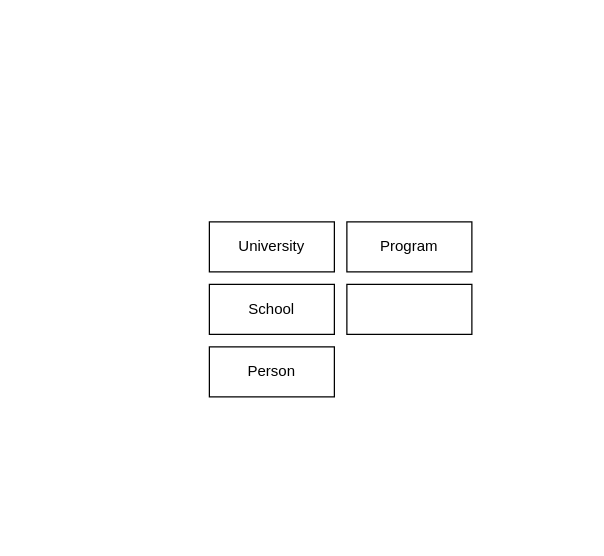
The draw.io diagram lab1.drawio in rise22tz/databases, before the edit. Source tidied: cells renumbered, new cells numbered last; positions are measured from the earlier drawing's top-left corner, leaving out a move shared by most shapes. Both pictures are drawn from the tidied source at 125%, with x=0, y=0 at pixel (209, 221).
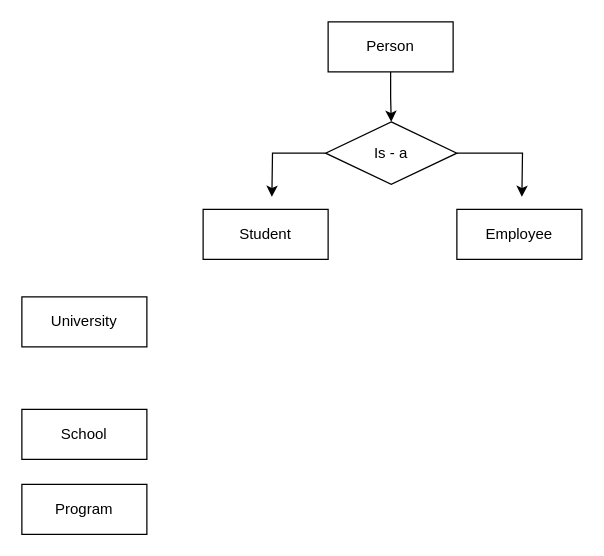
The same diagram, later.

What changed in the source:
```diff
@@
 <mxGraphModel>
   <root>
     <mxCell id="0" />
     <mxCell id="1" parent="0" />
     <mxCell id="2" value="University" style="whiteSpace=wrap;html=1;align=center;" parent="1" vertex="1">
-      <mxGeometry width="100" height="40" as="geometry" />
+      <mxGeometry x="-150" y="60" width="100" height="40" as="geometry" />
     </mxCell>
     <mxCell id="3" value="School" style="whiteSpace=wrap;html=1;align=center;" parent="1" vertex="1">
-      <mxGeometry y="50" width="100" height="40" as="geometry" />
+      <mxGeometry x="-150" y="150" width="100" height="40" as="geometry" />
     </mxCell>
-    <mxCell id="4" value="Person" style="whiteSpace=wrap;html=1;align=center;" parent="1" vertex="1">
-      <mxGeometry y="100" width="100" height="40" as="geometry" />
+    <mxCell id="4" value="Student" style="whiteSpace=wrap;html=1;align=center;" parent="1" vertex="1">
+      <mxGeometry x="-5" y="-10" width="100" height="40" as="geometry" />
     </mxCell>
     <mxCell id="5" value="Program" style="whiteSpace=wrap;html=1;align=center;" parent="1" vertex="1">
-      <mxGeometry x="110" width="100" height="40" as="geometry" />
+      <mxGeometry x="-150" y="210" width="100" height="40" as="geometry" />
     </mxCell>
+    <mxCell id="7" style="edgeStyle=orthogonalEdgeStyle;rounded=0;jettySize=auto;html=1;entryX=0.5;entryY=0;entryDx=0;entryDy=0;" parent="1" edge="1" source="6" target="10">
+      <mxGeometry relative="1" as="geometry" />
+    </mxCell>
-    <mxCell id="6" style="whiteSpace=wrap;html=1;align=center;" parent="1" vertex="1">
-      <mxGeometry x="110" y="50" width="100" height="40" as="geometry" />
+    <mxCell id="6" value="&lt;div&gt;Person&lt;/div&gt;" style="whiteSpace=wrap;html=1;align=center;" parent="1" vertex="1">
+      <mxGeometry x="95" y="-160" width="100" height="40" as="geometry" />
     </mxCell>
+    <mxCell id="8" style="edgeStyle=orthogonalEdgeStyle;rounded=0;jettySize=auto;html=1;" parent="1" edge="1" source="10">
+      <mxGeometry relative="1" as="geometry">
+        <mxPoint x="250" y="-20" as="targetPoint" />
+      </mxGeometry>
+    </mxCell>
+    <mxCell id="9" style="edgeStyle=orthogonalEdgeStyle;rounded=0;jettySize=auto;html=1;" parent="1" edge="1" source="10">
+      <mxGeometry relative="1" as="geometry">
+        <mxPoint x="50" y="-20" as="targetPoint" />
+      </mxGeometry>
+    </mxCell>
+    <mxCell id="10" value="&lt;div&gt;Is - a&lt;br&gt;&lt;/div&gt;" style="shape=rhombus;perimeter=rhombusPerimeter;whiteSpace=wrap;html=1;align=center;" parent="1" vertex="1">
+      <mxGeometry x="93" y="-80" width="105" height="50" as="geometry" />
+    </mxCell>
+    <mxCell id="11" value="Employee" style="whiteSpace=wrap;html=1;align=center;" parent="1" vertex="1">
+      <mxGeometry x="198" y="-10" width="100" height="40" as="geometry" />
+    </mxCell>
   </root>
 </mxGraphModel>
```
